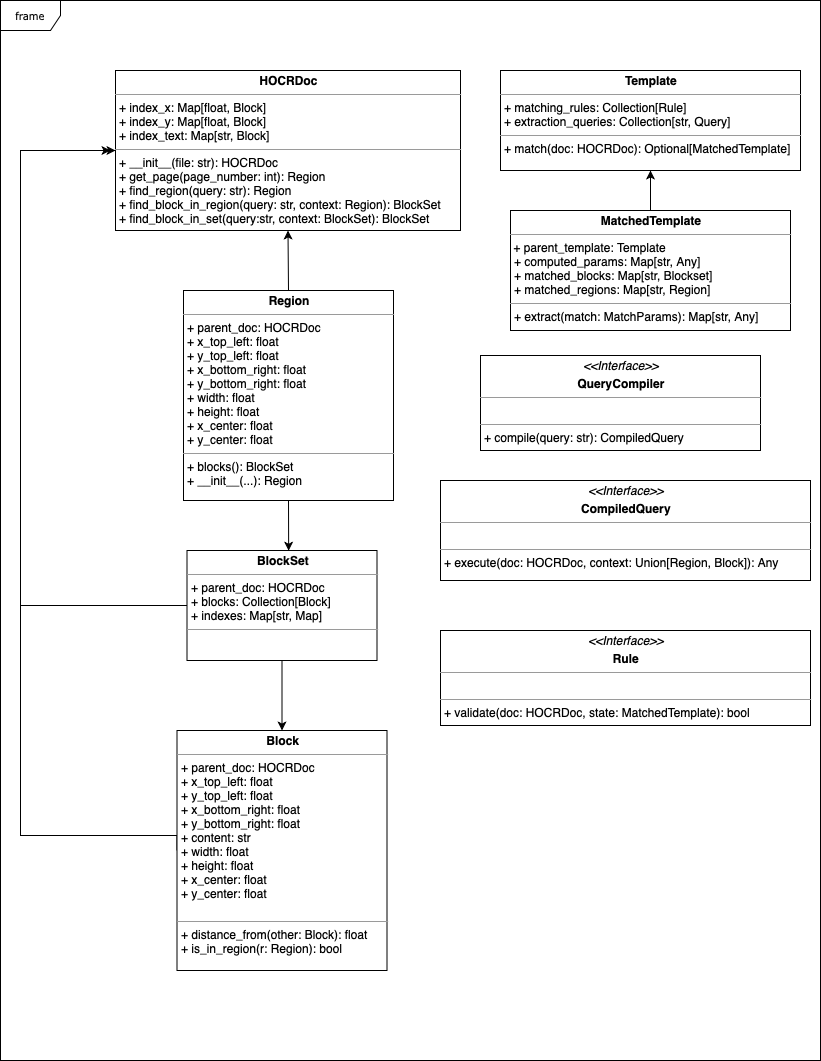
This is docs/imgs/HOCRQueryEngine.png from sirisha-acog/AR-UI, a draw.io export, as it was before one commit. Source tidied: cells renumbered, new cells last; positions are measured from the earlier drawing's top-left corner, leaving out a move shared by most shapes. Its diagram source:
```xml
<mxGraphModel background="#ffffff">
  <root>
    <mxCell id="0" />
    <mxCell id="1" parent="0" />
    <mxCell id="2" value="frame" style="shape=umlFrame;whiteSpace=wrap;html=1;rounded=0;shadow=0;comic=0;labelBackgroundColor=none;strokeWidth=1;fontFamily=Verdana;fontSize=10;align=center;" parent="1" vertex="1">
      <mxGeometry width="820" height="1060" as="geometry" />
    </mxCell>
    <mxCell id="3" value="&lt;p style=&quot;margin: 0px ; margin-top: 4px ; text-align: center&quot;&gt;&lt;b&gt;Region&lt;/b&gt;&lt;/p&gt;&lt;hr size=&quot;1&quot;&gt;&lt;p style=&quot;margin: 0px 0px 0px 4px&quot;&gt;+ parent_doc: HOCRDoc&amp;nbsp;&lt;/p&gt;&lt;p style=&quot;margin: 0px 0px 0px 4px&quot;&gt;+ x_top_left: float&lt;br&gt;+ y_top_left: float&lt;/p&gt;&lt;p style=&quot;margin: 0px 0px 0px 4px&quot;&gt;+ x_bottom_right: float&lt;/p&gt;&lt;p style=&quot;margin: 0px 0px 0px 4px&quot;&gt;+ y_bottom_right: float&lt;/p&gt;&lt;p style=&quot;margin: 0px 0px 0px 4px&quot;&gt;+ width: float&lt;/p&gt;&lt;p style=&quot;margin: 0px 0px 0px 4px&quot;&gt;+ height: float&lt;/p&gt;&lt;p style=&quot;margin: 0px 0px 0px 4px&quot;&gt;+ x_center: float&lt;/p&gt;&lt;p style=&quot;margin: 0px 0px 0px 4px&quot;&gt;+ y_center: float&lt;/p&gt;&lt;hr size=&quot;1&quot;&gt;&lt;p style=&quot;margin: 0px ; margin-left: 4px&quot;&gt;+ blocks(): BlockSet&lt;br&gt;+ __init__(...): Region&lt;/p&gt;" style="verticalAlign=top;align=left;overflow=fill;fontSize=12;fontFamily=Helvetica;html=1;rounded=0;shadow=0;comic=0;labelBackgroundColor=none;strokeWidth=1;" parent="1" vertex="1">
      <mxGeometry x="183" y="290" width="210" height="210" as="geometry" />
    </mxCell>
    <mxCell id="4" value="&lt;p style=&quot;margin: 0px ; margin-top: 4px ; text-align: center&quot;&gt;&lt;b&gt;HOCRDoc&lt;/b&gt;&lt;/p&gt;&lt;hr size=&quot;1&quot;&gt;&lt;p style=&quot;margin: 0px ; margin-left: 4px&quot;&gt;+ index_x: Map[float, Block]&lt;br&gt;+ index_y: Map[float, Block]&lt;/p&gt;&lt;p style=&quot;margin: 0px ; margin-left: 4px&quot;&gt;+ index_text: Map[str, Block]&lt;/p&gt;&lt;hr size=&quot;1&quot;&gt;&lt;p style=&quot;margin: 0px ; margin-left: 4px&quot;&gt;+ __init__(file: str): HOCRDoc&lt;br&gt;+ get_page(page_number: int): Region&lt;br&gt;&lt;/p&gt;&lt;p style=&quot;margin: 0px ; margin-left: 4px&quot;&gt;+ find_region(query: str): Region&lt;br&gt;&lt;/p&gt;&lt;p style=&quot;margin: 0px ; margin-left: 4px&quot;&gt;+ find_block_in_region(query: str, context: Region): BlockSet&lt;/p&gt;&lt;p style=&quot;margin: 0px ; margin-left: 4px&quot;&gt;+ find_block_in_set(query:str, context: BlockSet): BlockSet&lt;/p&gt;&lt;p style=&quot;margin: 0px ; margin-left: 4px&quot;&gt;&lt;br&gt;&lt;/p&gt;&lt;p style=&quot;margin: 0px ; margin-left: 4px&quot;&gt;&lt;br&gt;&lt;/p&gt;" style="verticalAlign=top;align=left;overflow=fill;fontSize=12;fontFamily=Helvetica;html=1;rounded=0;shadow=0;comic=0;labelBackgroundColor=none;strokeWidth=1;" parent="1" vertex="1">
      <mxGeometry x="115" y="70" width="345" height="160" as="geometry" />
    </mxCell>
    <mxCell id="5" style="edgeStyle=orthogonalEdgeStyle;rounded=0;jettySize=auto;html=1;entryX=0;entryY=0.5;entryDx=0;entryDy=0;exitX=0;exitY=0.5;exitDx=0;exitDy=0;" parent="1" edge="1" source="6" target="4">
      <mxGeometry relative="1" as="geometry">
        <Array as="points">
          <mxPoint x="20" y="835" />
          <mxPoint x="20" y="150" />
        </Array>
      </mxGeometry>
    </mxCell>
    <mxCell id="6" value="&lt;p style=&quot;margin: 0px ; margin-top: 4px ; text-align: center&quot;&gt;&lt;b&gt;Block&lt;/b&gt;&lt;/p&gt;&lt;hr size=&quot;1&quot;&gt;&lt;p style=&quot;margin: 0px ; margin-left: 4px&quot;&gt;+ parent_doc: HOCRDoc&lt;/p&gt;&lt;p style=&quot;margin: 0px 0px 0px 4px&quot;&gt;+ x_top_left: float&lt;br&gt;+ y_top_left: float&lt;/p&gt;&lt;p style=&quot;margin: 0px 0px 0px 4px&quot;&gt;+ x_bottom_right: float&lt;/p&gt;&lt;p style=&quot;margin: 0px 0px 0px 4px&quot;&gt;+ y_bottom_right: float&lt;/p&gt;&lt;p style=&quot;margin: 0px 0px 0px 4px&quot;&gt;+ content: str&lt;/p&gt;&lt;p style=&quot;margin: 0px 0px 0px 4px&quot;&gt;+ width: float&lt;/p&gt;&lt;p style=&quot;margin: 0px 0px 0px 4px&quot;&gt;+ height: float&lt;/p&gt;&lt;p style=&quot;margin: 0px 0px 0px 4px&quot;&gt;+ x_center: float&lt;/p&gt;&lt;p style=&quot;margin: 0px 0px 0px 4px&quot;&gt;+ y_center: float&lt;/p&gt;&lt;p style=&quot;margin: 0px ; margin-left: 4px&quot;&gt;&lt;br&gt;&lt;/p&gt;&lt;hr size=&quot;1&quot;&gt;&lt;p style=&quot;margin: 0px ; margin-left: 4px&quot;&gt;+ distance_from(other: Block): float&lt;br&gt;+ is_in_region(r: Region): bool&lt;/p&gt;" style="verticalAlign=top;align=left;overflow=fill;fontSize=12;fontFamily=Helvetica;html=1;rounded=0;shadow=0;comic=0;labelBackgroundColor=none;strokeWidth=1;" parent="1" vertex="1">
      <mxGeometry x="176.5" y="730" width="210" height="240" as="geometry" />
    </mxCell>
    <mxCell id="7" style="edgeStyle=orthogonalEdgeStyle;rounded=0;jettySize=auto;html=1;" parent="1" edge="1" source="9" target="6">
      <mxGeometry relative="1" as="geometry" />
    </mxCell>
    <mxCell id="8" style="edgeStyle=orthogonalEdgeStyle;rounded=0;jettySize=auto;html=1;" parent="1" edge="1" source="9">
      <mxGeometry relative="1" as="geometry">
        <mxPoint x="110" y="150" as="targetPoint" />
        <Array as="points">
          <mxPoint x="20" y="605" />
          <mxPoint x="20" y="150" />
        </Array>
      </mxGeometry>
    </mxCell>
    <mxCell id="9" value="&lt;p style=&quot;margin: 0px ; margin-top: 4px ; text-align: center&quot;&gt;&lt;b&gt;BlockSet&lt;/b&gt;&lt;/p&gt;&lt;hr size=&quot;1&quot;&gt;&lt;p style=&quot;margin: 0px ; margin-left: 4px&quot;&gt;+ parent_doc: HOCRDoc&lt;/p&gt;&lt;p style=&quot;margin: 0px ; margin-left: 4px&quot;&gt;+ blocks: Collection[Block]&lt;br&gt;+ indexes: Map[str, Map]&lt;/p&gt;&lt;hr size=&quot;1&quot;&gt;&lt;p style=&quot;margin: 0px ; margin-left: 4px&quot;&gt;&lt;br&gt;&lt;/p&gt;" style="verticalAlign=top;align=left;overflow=fill;fontSize=12;fontFamily=Helvetica;html=1;rounded=0;shadow=0;comic=0;labelBackgroundColor=none;strokeWidth=1;" parent="1" vertex="1">
      <mxGeometry x="186.5" y="550" width="190" height="110" as="geometry" />
    </mxCell>
    <mxCell id="10" style="endArrow=classic;html=1;entryX=0.5;entryY=1;entryDx=0;entryDy=0;exitX=0.5;exitY=0;exitDx=0;exitDy=0;" parent="1" edge="1" source="3" target="4">
      <mxGeometry relative="1" as="geometry" />
    </mxCell>
    <mxCell id="11" style="endArrow=classic;html=1;exitX=0.5;exitY=1;exitDx=0;exitDy=0;entryX=0.535;entryY=0.002;entryDx=0;entryDy=0;entryPerimeter=0;" parent="1" edge="1" source="3" target="9">
      <mxGeometry relative="1" as="geometry" />
    </mxCell>
    <mxCell id="12" value="&lt;p style=&quot;margin: 0px ; margin-top: 4px ; text-align: center&quot;&gt;&lt;b&gt;Template&lt;/b&gt;&lt;/p&gt;&lt;hr size=&quot;1&quot;&gt;&lt;p style=&quot;margin: 0px 0px 0px 4px&quot;&gt;+ matching_rules: Collection[Rule]&lt;/p&gt;&lt;p style=&quot;margin: 0px 0px 0px 4px&quot;&gt;+ extraction_queries: Collection[str, Query]&lt;/p&gt;&lt;hr size=&quot;1&quot;&gt;&lt;p style=&quot;margin: 0px ; margin-left: 4px&quot;&gt;+ match(doc: HOCRDoc): Optional[MatchedTemplate]&lt;br&gt;&lt;/p&gt;" style="verticalAlign=top;align=left;overflow=fill;fontSize=12;fontFamily=Helvetica;html=1;rounded=0;shadow=0;comic=0;labelBackgroundColor=none;strokeWidth=1;" parent="1" vertex="1">
      <mxGeometry x="500" y="70" width="300" height="100" as="geometry" />
    </mxCell>
    <mxCell id="13" style="edgeStyle=orthogonalEdgeStyle;rounded=0;jettySize=auto;html=1;" parent="1" edge="1" source="14" target="12">
      <mxGeometry relative="1" as="geometry" />
    </mxCell>
    <mxCell id="14" value="&lt;p style=&quot;margin: 0px ; margin-top: 4px ; text-align: center&quot;&gt;&lt;b&gt;MatchedTemplate&lt;/b&gt;&lt;/p&gt;&lt;hr size=&quot;1&quot;&gt;&amp;nbsp;+ parent_template: Template&lt;br&gt;&lt;p style=&quot;margin: 0px 0px 0px 4px&quot;&gt;+ computed_params: Map[str, Any]&lt;/p&gt;&lt;p style=&quot;margin: 0px 0px 0px 4px&quot;&gt;+ matched_blocks: Map[str, Blockset]&lt;/p&gt;&lt;p style=&quot;margin: 0px 0px 0px 4px&quot;&gt;+ matched_regions: Map[str, Region]&lt;/p&gt;&lt;hr size=&quot;1&quot;&gt;&lt;p style=&quot;margin: 0px ; margin-left: 4px&quot;&gt;+ extract(match: MatchParams): Map[str, Any]&lt;br&gt;&lt;/p&gt;" style="verticalAlign=top;align=left;overflow=fill;fontSize=12;fontFamily=Helvetica;html=1;rounded=0;shadow=0;comic=0;labelBackgroundColor=none;strokeWidth=1;" parent="1" vertex="1">
      <mxGeometry x="510" y="210" width="280" height="120" as="geometry" />
    </mxCell>
    <mxCell id="15" value="&lt;p style=&quot;margin: 0px ; margin-top: 4px ; text-align: center&quot;&gt;&lt;i&gt;&amp;lt;&amp;lt;Interface&amp;gt;&amp;gt;&lt;/i&gt;&lt;/p&gt;&lt;p style=&quot;margin: 0px ; margin-top: 4px ; text-align: center&quot;&gt;&lt;b&gt;QueryCompiler&lt;/b&gt;&lt;/p&gt;&lt;hr size=&quot;1&quot;&gt;&amp;nbsp;&lt;hr size=&quot;1&quot;&gt;&lt;p style=&quot;margin: 0px ; margin-left: 4px&quot;&gt;+ compile(query: str): CompiledQuery&lt;br&gt;&lt;/p&gt;" style="verticalAlign=top;align=left;overflow=fill;fontSize=12;fontFamily=Helvetica;html=1;rounded=0;shadow=0;comic=0;labelBackgroundColor=none;strokeWidth=1;" parent="1" vertex="1">
      <mxGeometry x="480" y="355" width="280" height="95" as="geometry" />
    </mxCell>
    <mxCell id="16" value="&lt;p style=&quot;margin: 0px ; margin-top: 4px ; text-align: center&quot;&gt;&lt;i&gt;&amp;lt;&amp;lt;Interface&amp;gt;&amp;gt;&lt;/i&gt;&lt;/p&gt;&lt;p style=&quot;margin: 0px ; margin-top: 4px ; text-align: center&quot;&gt;&lt;b&gt;CompiledQuery&lt;/b&gt;&lt;/p&gt;&lt;hr size=&quot;1&quot;&gt;&amp;nbsp;&lt;hr size=&quot;1&quot;&gt;&lt;p style=&quot;margin: 0px ; margin-left: 4px&quot;&gt;+ execute(doc: HOCRDoc, context: Union[Region, Block]): Any&lt;br&gt;&lt;/p&gt;" style="verticalAlign=top;align=left;overflow=fill;fontSize=12;fontFamily=Helvetica;html=1;rounded=0;shadow=0;comic=0;labelBackgroundColor=none;strokeWidth=1;" parent="1" vertex="1">
      <mxGeometry x="440" y="480" width="370" height="100" as="geometry" />
    </mxCell>
    <mxCell id="17" value="&lt;p style=&quot;margin: 0px ; margin-top: 4px ; text-align: center&quot;&gt;&lt;i&gt;&amp;lt;&amp;lt;Interface&amp;gt;&amp;gt;&lt;/i&gt;&lt;/p&gt;&lt;p style=&quot;margin: 0px ; margin-top: 4px ; text-align: center&quot;&gt;&lt;b&gt;Rule&lt;/b&gt;&lt;/p&gt;&lt;hr size=&quot;1&quot;&gt;&amp;nbsp;&lt;hr size=&quot;1&quot;&gt;&lt;p style=&quot;margin: 0px ; margin-left: 4px&quot;&gt;+ validate(doc: HOCRDoc, state: MatchedTemplate): bool&lt;br&gt;&lt;/p&gt;" style="verticalAlign=top;align=left;overflow=fill;fontSize=12;fontFamily=Helvetica;html=1;rounded=0;shadow=0;comic=0;labelBackgroundColor=none;strokeWidth=1;" parent="1" vertex="1">
      <mxGeometry x="440" y="630" width="370" height="95" as="geometry" />
    </mxCell>
  </root>
</mxGraphModel>
```
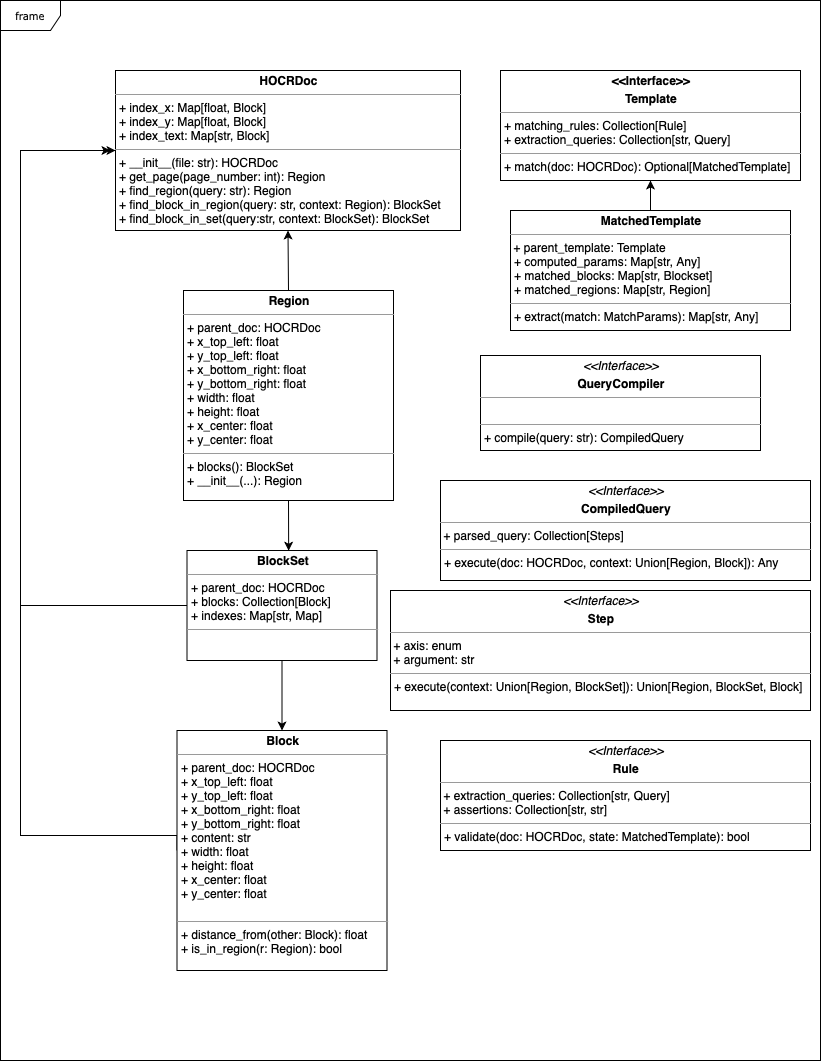
The same diagram one commit later.

Commit message:
updated class diagram with query compilation details

The edit, as a diff of the source:
```diff
@@ -43,8 +43,8 @@
     <mxCell id="11" style="endArrow=classic;html=1;exitX=0.5;exitY=1;exitDx=0;exitDy=0;entryX=0.535;entryY=0.002;entryDx=0;entryDy=0;entryPerimeter=0;" parent="1" edge="1" source="3" target="9">
       <mxGeometry relative="1" as="geometry" />
     </mxCell>
-    <mxCell id="12" value="&lt;p style=&quot;margin: 0px ; margin-top: 4px ; text-align: center&quot;&gt;&lt;b&gt;Template&lt;/b&gt;&lt;/p&gt;&lt;hr size=&quot;1&quot;&gt;&lt;p style=&quot;margin: 0px 0px 0px 4px&quot;&gt;+ matching_rules: Collection[Rule]&lt;/p&gt;&lt;p style=&quot;margin: 0px 0px 0px 4px&quot;&gt;+ extraction_queries: Collection[str, Query]&lt;/p&gt;&lt;hr size=&quot;1&quot;&gt;&lt;p style=&quot;margin: 0px ; margin-left: 4px&quot;&gt;+ match(doc: HOCRDoc): Optional[MatchedTemplate]&lt;br&gt;&lt;/p&gt;" style="verticalAlign=top;align=left;overflow=fill;fontSize=12;fontFamily=Helvetica;html=1;rounded=0;shadow=0;comic=0;labelBackgroundColor=none;strokeWidth=1;" parent="1" vertex="1">
-      <mxGeometry x="500" y="70" width="300" height="100" as="geometry" />
+    <mxCell id="12" value="&lt;p style=&quot;margin: 0px ; margin-top: 4px ; text-align: center&quot;&gt;&lt;b&gt;&amp;lt;&amp;lt;Interface&amp;gt;&amp;gt;&lt;/b&gt;&lt;/p&gt;&lt;p style=&quot;margin: 0px ; margin-top: 4px ; text-align: center&quot;&gt;&lt;b&gt;Template&lt;/b&gt;&lt;/p&gt;&lt;hr size=&quot;1&quot;&gt;&lt;p style=&quot;margin: 0px 0px 0px 4px&quot;&gt;+ matching_rules: Collection[Rule]&lt;/p&gt;&lt;p style=&quot;margin: 0px 0px 0px 4px&quot;&gt;+ extraction_queries: Collection[str, Query]&lt;/p&gt;&lt;hr size=&quot;1&quot;&gt;&lt;p style=&quot;margin: 0px ; margin-left: 4px&quot;&gt;+ match(doc: HOCRDoc): Optional[MatchedTemplate]&lt;br&gt;&lt;/p&gt;" style="verticalAlign=top;align=left;overflow=fill;fontSize=12;fontFamily=Helvetica;html=1;rounded=0;shadow=0;comic=0;labelBackgroundColor=none;strokeWidth=1;" parent="1" vertex="1">
+      <mxGeometry x="500" y="70" width="300" height="110" as="geometry" />
     </mxCell>
     <mxCell id="13" style="edgeStyle=orthogonalEdgeStyle;rounded=0;jettySize=auto;html=1;" parent="1" edge="1" source="14" target="12">
       <mxGeometry relative="1" as="geometry" />
@@ -55,11 +55,14 @@
     <mxCell id="15" value="&lt;p style=&quot;margin: 0px ; margin-top: 4px ; text-align: center&quot;&gt;&lt;i&gt;&amp;lt;&amp;lt;Interface&amp;gt;&amp;gt;&lt;/i&gt;&lt;/p&gt;&lt;p style=&quot;margin: 0px ; margin-top: 4px ; text-align: center&quot;&gt;&lt;b&gt;QueryCompiler&lt;/b&gt;&lt;/p&gt;&lt;hr size=&quot;1&quot;&gt;&amp;nbsp;&lt;hr size=&quot;1&quot;&gt;&lt;p style=&quot;margin: 0px ; margin-left: 4px&quot;&gt;+ compile(query: str): CompiledQuery&lt;br&gt;&lt;/p&gt;" style="verticalAlign=top;align=left;overflow=fill;fontSize=12;fontFamily=Helvetica;html=1;rounded=0;shadow=0;comic=0;labelBackgroundColor=none;strokeWidth=1;" parent="1" vertex="1">
       <mxGeometry x="480" y="355" width="280" height="95" as="geometry" />
     </mxCell>
-    <mxCell id="16" value="&lt;p style=&quot;margin: 0px ; margin-top: 4px ; text-align: center&quot;&gt;&lt;i&gt;&amp;lt;&amp;lt;Interface&amp;gt;&amp;gt;&lt;/i&gt;&lt;/p&gt;&lt;p style=&quot;margin: 0px ; margin-top: 4px ; text-align: center&quot;&gt;&lt;b&gt;CompiledQuery&lt;/b&gt;&lt;/p&gt;&lt;hr size=&quot;1&quot;&gt;&amp;nbsp;&lt;hr size=&quot;1&quot;&gt;&lt;p style=&quot;margin: 0px ; margin-left: 4px&quot;&gt;+ execute(doc: HOCRDoc, context: Union[Region, Block]): Any&lt;br&gt;&lt;/p&gt;" style="verticalAlign=top;align=left;overflow=fill;fontSize=12;fontFamily=Helvetica;html=1;rounded=0;shadow=0;comic=0;labelBackgroundColor=none;strokeWidth=1;" parent="1" vertex="1">
+    <mxCell id="16" value="&lt;p style=&quot;margin: 0px ; margin-top: 4px ; text-align: center&quot;&gt;&lt;i&gt;&amp;lt;&amp;lt;Interface&amp;gt;&amp;gt;&lt;/i&gt;&lt;/p&gt;&lt;p style=&quot;margin: 0px ; margin-top: 4px ; text-align: center&quot;&gt;&lt;b&gt;CompiledQuery&lt;/b&gt;&lt;/p&gt;&lt;hr size=&quot;1&quot;&gt;&amp;nbsp;+ parsed_query: Collection[Steps]&lt;hr size=&quot;1&quot;&gt;&lt;p style=&quot;margin: 0px ; margin-left: 4px&quot;&gt;+ execute(doc: HOCRDoc, context: Union[Region, Block]): Any&lt;br&gt;&lt;/p&gt;" style="verticalAlign=top;align=left;overflow=fill;fontSize=12;fontFamily=Helvetica;html=1;rounded=0;shadow=0;comic=0;labelBackgroundColor=none;strokeWidth=1;" parent="1" vertex="1">
       <mxGeometry x="440" y="480" width="370" height="100" as="geometry" />
     </mxCell>
-    <mxCell id="17" value="&lt;p style=&quot;margin: 0px ; margin-top: 4px ; text-align: center&quot;&gt;&lt;i&gt;&amp;lt;&amp;lt;Interface&amp;gt;&amp;gt;&lt;/i&gt;&lt;/p&gt;&lt;p style=&quot;margin: 0px ; margin-top: 4px ; text-align: center&quot;&gt;&lt;b&gt;Rule&lt;/b&gt;&lt;/p&gt;&lt;hr size=&quot;1&quot;&gt;&amp;nbsp;&lt;hr size=&quot;1&quot;&gt;&lt;p style=&quot;margin: 0px ; margin-left: 4px&quot;&gt;+ validate(doc: HOCRDoc, state: MatchedTemplate): bool&lt;br&gt;&lt;/p&gt;" style="verticalAlign=top;align=left;overflow=fill;fontSize=12;fontFamily=Helvetica;html=1;rounded=0;shadow=0;comic=0;labelBackgroundColor=none;strokeWidth=1;" parent="1" vertex="1">
-      <mxGeometry x="440" y="630" width="370" height="95" as="geometry" />
+    <mxCell id="17" value="&lt;p style=&quot;margin: 0px ; margin-top: 4px ; text-align: center&quot;&gt;&lt;i&gt;&amp;lt;&amp;lt;Interface&amp;gt;&amp;gt;&lt;/i&gt;&lt;/p&gt;&lt;p style=&quot;margin: 0px ; margin-top: 4px ; text-align: center&quot;&gt;&lt;b&gt;Rule&lt;/b&gt;&lt;/p&gt;&lt;hr size=&quot;1&quot;&gt;&amp;nbsp;+&amp;nbsp;extraction_queries: Collection[str, Query]&lt;br&gt;&amp;nbsp;+ assertions: Collection[str, str]&lt;br&gt;&lt;hr size=&quot;1&quot;&gt;&lt;p style=&quot;margin: 0px ; margin-left: 4px&quot;&gt;+ validate(doc: HOCRDoc, state: MatchedTemplate): bool&lt;br&gt;&lt;/p&gt;" style="verticalAlign=top;align=left;overflow=fill;fontSize=12;fontFamily=Helvetica;html=1;rounded=0;shadow=0;comic=0;labelBackgroundColor=none;strokeWidth=1;" parent="1" vertex="1">
+      <mxGeometry x="440" y="740" width="370" height="110" as="geometry" />
     </mxCell>
+    <mxCell id="18" value="&lt;p style=&quot;margin: 0px ; margin-top: 4px ; text-align: center&quot;&gt;&lt;i&gt;&amp;lt;&amp;lt;Interface&amp;gt;&amp;gt;&lt;/i&gt;&lt;/p&gt;&lt;p style=&quot;margin: 0px ; margin-top: 4px ; text-align: center&quot;&gt;&lt;b&gt;Step&lt;/b&gt;&lt;/p&gt;&lt;hr size=&quot;1&quot;&gt;&amp;nbsp;+&amp;nbsp;axis: enum&lt;br&gt;&amp;nbsp;+ argument: str&lt;br&gt;&lt;hr size=&quot;1&quot;&gt;&lt;p style=&quot;margin: 0px ; margin-left: 4px&quot;&gt;+ execute(context: Union[Region, BlockSet]): Union[Region, BlockSet, Block]&lt;br&gt;&lt;/p&gt;&lt;p style=&quot;margin: 0px ; margin-left: 4px&quot;&gt;&lt;br&gt;&lt;/p&gt;" style="verticalAlign=top;align=left;overflow=fill;fontSize=12;fontFamily=Helvetica;html=1;rounded=0;shadow=0;comic=0;labelBackgroundColor=none;strokeWidth=1;" parent="1" vertex="1">
+      <mxGeometry x="390" y="590" width="420" height="120" as="geometry" />
+    </mxCell>
   </root>
 </mxGraphModel>
```
